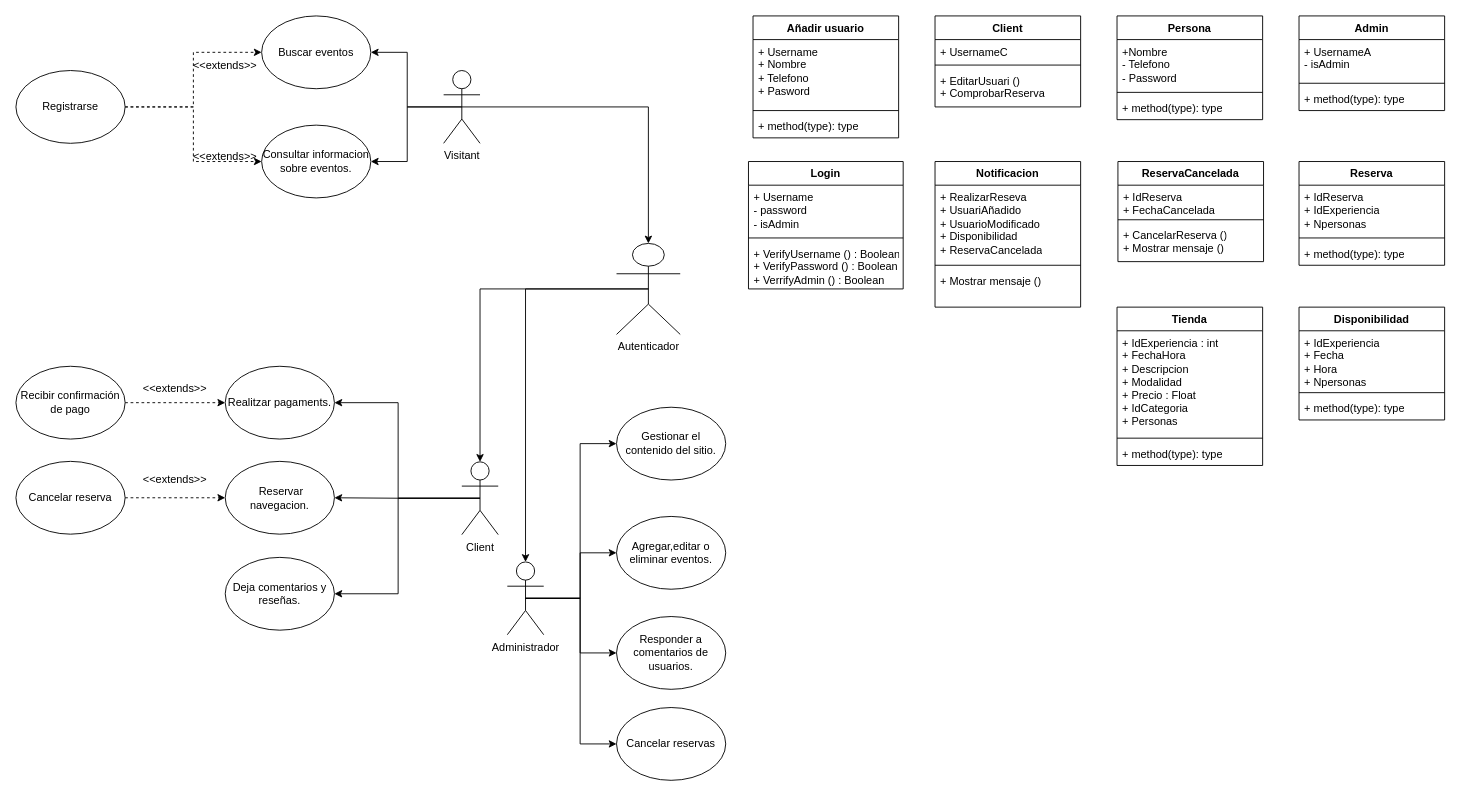
The draw.io diagram Diagramas/UML_XaJo.drawio in joam6/Sailing_XaJo, before the edit. Source tidied: cells renumbered, new cells numbered last; positions are measured from the earlier drawing's top-left corner, leaving out a move shared by most shapes. Both pictures are drawn from the tidied source at 91%, with x=0, y=0 at pixel (15, 15).
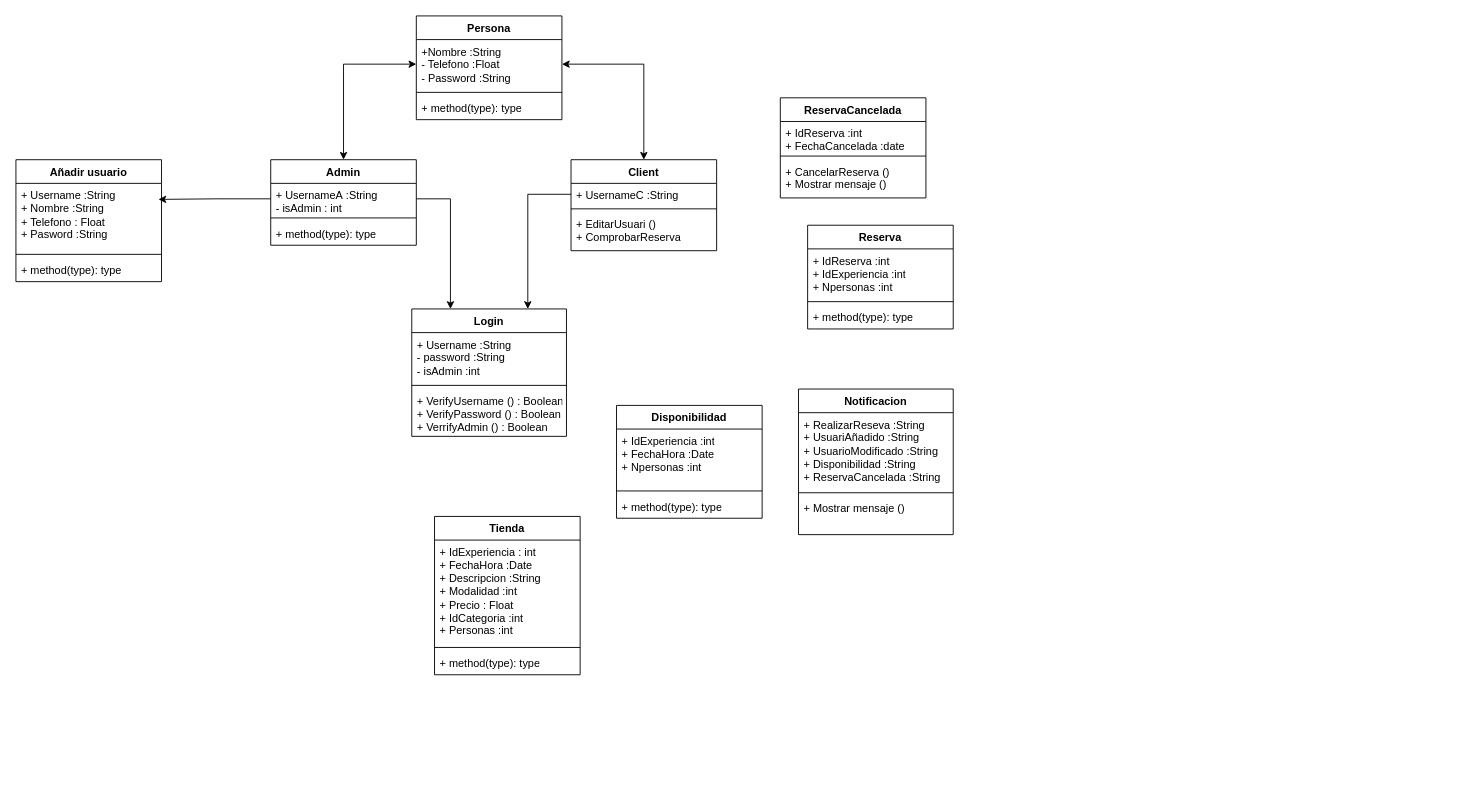
The same page after the edit.

What changed in the source:
```diff
@@
-    <mxCell id="2" style="edgeStyle=orthogonalEdgeStyle;rounded=0;jettySize=auto;html=1;exitX=0.5;exitY=0.5;exitDx=0;exitDy=0;exitPerimeter=0;entryX=0;entryY=0.5;entryDx=0;entryDy=0;" parent="1" edge="1" source="6" target="17">
-      <mxGeometry relative="1" as="geometry" />
-    </mxCell>
-    <mxCell id="3" style="edgeStyle=orthogonalEdgeStyle;rounded=0;jettySize=auto;html=1;exitX=0.5;exitY=0.5;exitDx=0;exitDy=0;exitPerimeter=0;entryX=0;entryY=0.5;entryDx=0;entryDy=0;" parent="1" edge="1" source="6" target="18">
-      <mxGeometry relative="1" as="geometry" />
-    </mxCell>
-    <mxCell id="4" style="edgeStyle=orthogonalEdgeStyle;rounded=0;jettySize=auto;html=1;exitX=0.5;exitY=0.5;exitDx=0;exitDy=0;exitPerimeter=0;entryX=0;entryY=0.5;entryDx=0;entryDy=0;" parent="1" edge="1" source="6" target="19">
-      <mxGeometry relative="1" as="geometry" />
-    </mxCell>
-    <mxCell id="5" style="edgeStyle=orthogonalEdgeStyle;rounded=0;jettySize=auto;html=1;exitX=0.5;exitY=0.5;exitDx=0;exitDy=0;exitPerimeter=0;entryX=0;entryY=0.5;entryDx=0;entryDy=0;" parent="1" edge="1" source="6" target="32">
-      <mxGeometry relative="1" as="geometry" />
-    </mxCell>
-    <mxCell id="6" value="Administrador" style="shape=umlActor;verticalLabelPosition=bottom;verticalAlign=top;html=1;outlineConnect=0;" parent="1" vertex="1">
-      <mxGeometry x="540" y="600" width="40" height="80" as="geometry" />
-    </mxCell>
-    <mxCell id="7" style="edgeStyle=orthogonalEdgeStyle;rounded=0;jettySize=auto;html=1;exitX=0.5;exitY=0.5;exitDx=0;exitDy=0;exitPerimeter=0;entryX=1;entryY=0.5;entryDx=0;entryDy=0;" parent="1" edge="1" source="10" target="16">
-      <mxGeometry relative="1" as="geometry" />
-    </mxCell>
-    <mxCell id="8" style="edgeStyle=orthogonalEdgeStyle;rounded=0;jettySize=auto;html=1;exitX=0.5;exitY=0.5;exitDx=0;exitDy=0;exitPerimeter=0;entryX=1;entryY=0.5;entryDx=0;entryDy=0;" parent="1" edge="1" source="10" target="25">
-      <mxGeometry relative="1" as="geometry" />
-    </mxCell>
-    <mxCell id="9" style="edgeStyle=orthogonalEdgeStyle;rounded=0;jettySize=auto;html=1;exitX=0.5;exitY=0.5;exitDx=0;exitDy=0;exitPerimeter=0;entryX=1;entryY=0.5;entryDx=0;entryDy=0;" parent="1" edge="1" source="10" target="28">
-      <mxGeometry relative="1" as="geometry" />
-    </mxCell>
-    <mxCell id="10" value="Client" style="shape=umlActor;verticalLabelPosition=bottom;verticalAlign=top;html=1;outlineConnect=0;" parent="1" vertex="1">
-      <mxGeometry x="490" y="490" width="40" height="80" as="geometry" />
-    </mxCell>
-    <mxCell id="11" style="edgeStyle=orthogonalEdgeStyle;rounded=0;jettySize=auto;html=1;exitX=0.5;exitY=0.5;exitDx=0;exitDy=0;exitPerimeter=0;entryX=1;entryY=0.5;entryDx=0;entryDy=0;" parent="1" edge="1" source="13" target="15">
-      <mxGeometry relative="1" as="geometry" />
-    </mxCell>
-    <mxCell id="12" style="edgeStyle=orthogonalEdgeStyle;rounded=0;jettySize=auto;html=1;exitX=0.5;exitY=0.5;exitDx=0;exitDy=0;exitPerimeter=0;entryX=1;entryY=0.5;entryDx=0;entryDy=0;" parent="1" edge="1" source="13" target="14">
-      <mxGeometry relative="1" as="geometry" />
-    </mxCell>
-    <mxCell id="13" value="Visitant" style="shape=umlActor;verticalLabelPosition=bottom;verticalAlign=top;html=1;outlineConnect=0;" parent="1" vertex="1">
-      <mxGeometry x="470" y="60" width="40" height="80" as="geometry" />
-    </mxCell>
-    <mxCell id="14" value="Buscar eventos" style="ellipse;whiteSpace=wrap;html=1;" parent="1" vertex="1">
-      <mxGeometry x="270" width="120" height="80" as="geometry" />
-    </mxCell>
-    <mxCell id="15" value="Consultar informacion sobre eventos." style="ellipse;whiteSpace=wrap;html=1;" parent="1" vertex="1">
-      <mxGeometry x="270" y="120" width="120" height="80" as="geometry" />
-    </mxCell>
-    <mxCell id="16" value="Realitzar pagaments." style="ellipse;whiteSpace=wrap;html=1;" parent="1" vertex="1">
-      <mxGeometry x="230" y="385" width="120" height="80" as="geometry" />
-    </mxCell>
-    <mxCell id="17" value="Gestionar el contenido del sitio." style="ellipse;whiteSpace=wrap;html=1;" parent="1" vertex="1">
-      <mxGeometry x="660" y="430" width="120" height="80" as="geometry" />
-    </mxCell>
-    <mxCell id="18" value="Agregar,editar o eliminar eventos." style="ellipse;whiteSpace=wrap;html=1;" parent="1" vertex="1">
-      <mxGeometry x="660" y="550" width="120" height="80" as="geometry" />
-    </mxCell>
-    <mxCell id="19" value="Responder a comentarios de usuarios." style="ellipse;whiteSpace=wrap;html=1;" parent="1" vertex="1">
-      <mxGeometry x="660" y="660" width="120" height="80" as="geometry" />
-    </mxCell>
-    <mxCell id="20" style="edgeStyle=orthogonalEdgeStyle;rounded=0;jettySize=auto;html=1;exitX=1;exitY=0.5;exitDx=0;exitDy=0;entryX=0;entryY=0.5;entryDx=0;entryDy=0;dashed=1;" parent="1" edge="1" source="22" target="14">
-      <mxGeometry relative="1" as="geometry" />
-    </mxCell>
-    <mxCell id="21" style="edgeStyle=orthogonalEdgeStyle;rounded=0;jettySize=auto;html=1;exitX=1;exitY=0.5;exitDx=0;exitDy=0;dashed=1;" parent="1" edge="1" source="22" target="15">
-      <mxGeometry relative="1" as="geometry" />
-    </mxCell>
-    <mxCell id="22" value="Registrarse" style="ellipse;whiteSpace=wrap;html=1;" parent="1" vertex="1">
-      <mxGeometry y="60" width="120" height="80" as="geometry" />
-    </mxCell>
-    <mxCell id="23" style="edgeStyle=orthogonalEdgeStyle;rounded=0;jettySize=auto;html=1;dashed=1;" parent="1" edge="1" source="24" target="16">
-      <mxGeometry relative="1" as="geometry" />
-    </mxCell>
-    <mxCell id="24" value="Recibir confirmación de pago" style="ellipse;whiteSpace=wrap;html=1;" parent="1" vertex="1">
-      <mxGeometry y="385" width="120" height="80" as="geometry" />
-    </mxCell>
-    <mxCell id="25" value="Deja comentarios y reseñas." style="ellipse;whiteSpace=wrap;html=1;" parent="1" vertex="1">
-      <mxGeometry x="230" y="595" width="120" height="80" as="geometry" />
-    </mxCell>
-    <mxCell id="26" value="&amp;lt;&amp;lt;extends&amp;gt;&amp;gt;" style="text;html=1;align=center;verticalAlign=middle;whiteSpace=wrap;rounded=0;" parent="1" vertex="1">
-      <mxGeometry x="200" y="40" width="60" height="30" as="geometry" />
-    </mxCell>
-    <mxCell id="27" value="&amp;lt;&amp;lt;extends&amp;gt;&amp;gt;" style="text;html=1;align=center;verticalAlign=middle;whiteSpace=wrap;rounded=0;" parent="1" vertex="1">
-      <mxGeometry x="145" y="395" width="60" height="30" as="geometry" />
-    </mxCell>
-    <mxCell id="28" value="&amp;nbsp;Reservar navegacion." style="ellipse;whiteSpace=wrap;html=1;" parent="1" vertex="1">
-      <mxGeometry x="230" y="489.5" width="120" height="80" as="geometry" />
-    </mxCell>
-    <mxCell id="29" style="edgeStyle=orthogonalEdgeStyle;rounded=0;jettySize=auto;html=1;exitX=1;exitY=0.5;exitDx=0;exitDy=0;entryX=0;entryY=0.5;entryDx=0;entryDy=0;dashed=1;" parent="1" edge="1" source="30" target="28">
-      <mxGeometry relative="1" as="geometry" />
-    </mxCell>
-    <mxCell id="30" value="Cancelar reserva" style="ellipse;whiteSpace=wrap;html=1;" parent="1" vertex="1">
-      <mxGeometry y="489.5" width="120" height="80" as="geometry" />
-    </mxCell>
-    <mxCell id="31" value="&amp;lt;&amp;lt;extends&amp;gt;&amp;gt;" style="text;html=1;align=center;verticalAlign=middle;whiteSpace=wrap;rounded=0;" parent="1" vertex="1">
-      <mxGeometry x="145" y="495" width="60" height="30" as="geometry" />
-    </mxCell>
-    <mxCell id="32" value="Cancelar reservas" style="ellipse;whiteSpace=wrap;html=1;" parent="1" vertex="1">
-      <mxGeometry x="660" y="760" width="120" height="80" as="geometry" />
-    </mxCell>
-    <mxCell id="33" value="&amp;lt;&amp;lt;extends&amp;gt;&amp;gt;" style="text;html=1;align=center;verticalAlign=middle;whiteSpace=wrap;rounded=0;" parent="1" vertex="1">
-      <mxGeometry x="200" y="140" width="60" height="30" as="geometry" />
-    </mxCell>
-    <mxCell id="34" value="Autenticador" style="shape=umlActor;verticalLabelPosition=bottom;verticalAlign=top;html=1;outlineConnect=0;" parent="1" vertex="1">
-      <mxGeometry x="660" y="250" width="70" height="100" as="geometry" />
-    </mxCell>
-    <mxCell id="35" style="edgeStyle=orthogonalEdgeStyle;rounded=0;jettySize=auto;html=1;entryX=0.5;entryY=0;entryDx=0;entryDy=0;entryPerimeter=0;exitX=0.5;exitY=0.5;exitDx=0;exitDy=0;exitPerimeter=0;" parent="1" edge="1" source="13" target="34">
-      <mxGeometry relative="1" as="geometry" />
-    </mxCell>
-    <mxCell id="36" style="edgeStyle=orthogonalEdgeStyle;rounded=0;jettySize=auto;html=1;exitX=0.5;exitY=0.5;exitDx=0;exitDy=0;exitPerimeter=0;entryX=0.5;entryY=0;entryDx=0;entryDy=0;entryPerimeter=0;" parent="1" edge="1" source="34" target="6">
-      <mxGeometry relative="1" as="geometry" />
-    </mxCell>
-    <mxCell id="37" style="edgeStyle=orthogonalEdgeStyle;rounded=0;jettySize=auto;html=1;exitX=0.5;exitY=0.5;exitDx=0;exitDy=0;exitPerimeter=0;entryX=0.5;entryY=0;entryDx=0;entryDy=0;entryPerimeter=0;" parent="1" edge="1" source="34" target="10">
-      <mxGeometry relative="1" as="geometry" />
-    </mxCell>
     <mxCell id="38" value="Login" style="swimlane;fontStyle=1;align=center;verticalAlign=top;horizontal=1;startSize=26;whiteSpace=wrap;html=1;" parent="1" vertex="1">
-      <mxGeometry x="805" y="160" width="170" height="140" as="geometry" />
+      <mxGeometry x="435" y="322" width="170" height="140" as="geometry" />
     </mxCell>
-    <mxCell id="39" value="+ Username&lt;br&gt;- password&lt;div&gt;- isAdmin&lt;/div&gt;" style="text;strokeColor=none;fillColor=none;align=left;verticalAlign=top;spacingLeft=4;spacingRight=4;overflow=hidden;whiteSpace=wrap;html=1;" parent="38" vertex="1">
+    <mxCell id="39" value="+ Username :String&lt;br&gt;- password :String&lt;div&gt;- isAdmin :int&lt;/div&gt;" style="text;strokeColor=none;fillColor=none;align=left;verticalAlign=top;spacingLeft=4;spacingRight=4;overflow=hidden;whiteSpace=wrap;html=1;" parent="38" vertex="1">
       <mxGeometry y="26" width="170" height="54" as="geometry" />
     </mxCell>
@@
     <mxCell id="42" value="Persona" style="swimlane;fontStyle=1;align=center;verticalAlign=top;horizontal=1;startSize=26;whiteSpace=wrap;html=1;" parent="1" vertex="1">
-      <mxGeometry x="1210" width="160" height="114" as="geometry" />
+      <mxGeometry x="440" width="160" height="114" as="geometry" />
     </mxCell>
-    <mxCell id="43" value="+Nombre&lt;br&gt;- Telefono&lt;br&gt;- Password" style="text;strokeColor=none;fillColor=none;align=left;verticalAlign=top;spacingLeft=4;spacingRight=4;overflow=hidden;points=[[0,0.5],[1,0.5]];portConstraint=eastwest;whiteSpace=wrap;html=1;" parent="42" vertex="1">
+    <mxCell id="43" value="+Nombre :String&lt;br&gt;- Telefono :Float&lt;br&gt;- Password :String" style="text;strokeColor=none;fillColor=none;align=left;verticalAlign=top;spacingLeft=4;spacingRight=4;overflow=hidden;points=[[0,0.5],[1,0.5]];portConstraint=eastwest;whiteSpace=wrap;html=1;" parent="42" vertex="1">
       <mxGeometry y="26" width="160" height="54" as="geometry" />
     </mxCell>
@@
+    <mxCell id="78" style="edgeStyle=orthogonalEdgeStyle;rounded=0;jettySize=auto;html=1;exitX=0.5;exitY=0;exitDx=0;exitDy=0;entryX=0;entryY=0.5;entryDx=0;entryDy=0;startArrow=classic;startFill=1;" parent="1" edge="1" source="46" target="43">
+      <mxGeometry relative="1" as="geometry" />
+    </mxCell>
     <mxCell id="46" value="Admin" style="swimlane;fontStyle=1;align=center;verticalAlign=top;horizontal=1;startSize=26;whiteSpace=wrap;html=1;" parent="1" vertex="1">
-      <mxGeometry x="1410" width="160" height="104" as="geometry" />
+      <mxGeometry x="280" y="158" width="160" height="94" as="geometry" />
     </mxCell>
-    <mxCell id="47" value="&lt;div&gt;+ UsernameA&lt;/div&gt;- isAdmin&lt;div&gt;&lt;br&gt;&lt;/div&gt;" style="text;strokeColor=none;fillColor=none;align=left;verticalAlign=top;spacingLeft=4;spacingRight=4;overflow=hidden;points=[[0,0.5],[1,0.5]];portConstraint=eastwest;whiteSpace=wrap;html=1;" parent="46" vertex="1">
-      <mxGeometry y="26" width="160" height="44" as="geometry" />
+    <mxCell id="47" value="&lt;div&gt;+ UsernameA&amp;nbsp;&lt;span style=&quot;background-color: initial;&quot;&gt;:String&lt;/span&gt;&lt;/div&gt;- isAdmin : int" style="text;strokeColor=none;fillColor=none;align=left;verticalAlign=top;spacingLeft=4;spacingRight=4;overflow=hidden;points=[[0,0.5],[1,0.5]];portConstraint=eastwest;whiteSpace=wrap;html=1;" parent="46" vertex="1">
+      <mxGeometry y="26" width="160" height="34" as="geometry" />
     </mxCell>
     <mxCell id="48" style="line;strokeWidth=1;fillColor=none;align=left;verticalAlign=middle;spacingTop=-1;spacingLeft=3;spacingRight=3;labelPosition=right;strokeColor=inherit;" parent="46" vertex="1">
-      <mxGeometry y="70" width="160" height="8" as="geometry" />
+      <mxGeometry y="60" width="160" height="8" as="geometry" />
     </mxCell>
     <mxCell id="49" value="+ method(type): type" style="text;strokeColor=none;fillColor=none;align=left;verticalAlign=top;spacingLeft=4;spacingRight=4;overflow=hidden;whiteSpace=wrap;html=1;" parent="46" vertex="1">
-      <mxGeometry y="78" width="160" height="26" as="geometry" />
+      <mxGeometry y="68" width="160" height="26" as="geometry" />
     </mxCell>
+    <mxCell id="79" style="edgeStyle=orthogonalEdgeStyle;rounded=0;jettySize=auto;html=1;exitX=0.5;exitY=0;exitDx=0;exitDy=0;entryX=1;entryY=0.5;entryDx=0;entryDy=0;startArrow=classic;startFill=1;" parent="1" edge="1" source="50" target="43">
+      <mxGeometry relative="1" as="geometry" />
+    </mxCell>
     <mxCell id="50" value="Client" style="swimlane;fontStyle=1;align=center;verticalAlign=top;horizontal=1;startSize=26;whiteSpace=wrap;html=1;" parent="1" vertex="1">
-      <mxGeometry x="1010" width="160" height="100" as="geometry" />
+      <mxGeometry x="610" y="158" width="160" height="100" as="geometry" />
     </mxCell>
-    <mxCell id="51" value="&lt;div&gt;+ UsernameC&lt;/div&gt;" style="text;strokeColor=none;fillColor=none;align=left;verticalAlign=top;spacingLeft=4;spacingRight=4;overflow=hidden;points=[[0,0.5],[1,0.5]];portConstraint=eastwest;whiteSpace=wrap;html=1;" parent="50" vertex="1">
+    <mxCell id="51" value="&lt;div&gt;+ UsernameC&amp;nbsp;&lt;span style=&quot;background-color: initial;&quot;&gt;:String&lt;/span&gt;&lt;/div&gt;" style="text;strokeColor=none;fillColor=none;align=left;verticalAlign=top;spacingLeft=4;spacingRight=4;overflow=hidden;points=[[0,0.5],[1,0.5]];portConstraint=eastwest;whiteSpace=wrap;html=1;" parent="50" vertex="1">
       <mxGeometry y="26" width="160" height="24" as="geometry" />
     </mxCell>
@@
     <mxCell id="54" value="Reserva" style="swimlane;fontStyle=1;align=center;verticalAlign=top;horizontal=1;startSize=26;whiteSpace=wrap;html=1;" parent="1" vertex="1">
-      <mxGeometry x="1410" y="160" width="160" height="114" as="geometry" />
+      <mxGeometry x="870" y="230" width="160" height="114" as="geometry" />
     </mxCell>
-    <mxCell id="55" value="+ IdReserva&lt;br&gt;+ IdExperiencia&lt;br&gt;+ Npersonas&lt;div&gt;&lt;br&gt;&lt;/div&gt;" style="text;strokeColor=none;fillColor=none;align=left;verticalAlign=top;spacingLeft=4;spacingRight=4;overflow=hidden;whiteSpace=wrap;html=1;" parent="54" vertex="1">
+    <mxCell id="55" value="+ IdReserva :int&lt;br&gt;+ IdExperiencia :int&lt;br&gt;+ Npersonas :int" style="text;strokeColor=none;fillColor=none;align=left;verticalAlign=top;spacingLeft=4;spacingRight=4;overflow=hidden;whiteSpace=wrap;html=1;" parent="54" vertex="1">
       <mxGeometry y="26" width="160" height="54" as="geometry" />
     </mxCell>
@@
     <mxCell id="58" value="Notificacion" style="swimlane;fontStyle=1;align=center;verticalAlign=top;horizontal=1;startSize=26;whiteSpace=wrap;html=1;" parent="1" vertex="1">
-      <mxGeometry x="1010" y="160" width="160" height="160" as="geometry" />
+      <mxGeometry x="860" y="410" width="170" height="160" as="geometry" />
     </mxCell>
-    <mxCell id="59" value="+ RealizarReseva&lt;br&gt;+ UsuariAñadido&lt;br&gt;+ UsuarioModificado&lt;br&gt;+ Disponibilidad&lt;br&gt;+ ReservaCancelada" style="text;strokeColor=none;fillColor=none;align=left;verticalAlign=top;spacingLeft=4;spacingRight=4;overflow=hidden;whiteSpace=wrap;html=1;" parent="58" vertex="1">
-      <mxGeometry y="26" width="160" height="84" as="geometry" />
+    <mxCell id="59" value="+ RealizarReseva :String&lt;br&gt;+ UsuariAñadido :String&lt;br&gt;+ UsuarioModificado :String&lt;br&gt;+ Disponibilidad :String&lt;br&gt;+ ReservaCancelada :String" style="text;strokeColor=none;fillColor=none;align=left;verticalAlign=top;spacingLeft=4;spacingRight=4;overflow=hidden;whiteSpace=wrap;html=1;" parent="58" vertex="1">
+      <mxGeometry y="26" width="170" height="84" as="geometry" />
     </mxCell>
     <mxCell id="60" style="line;strokeWidth=1;fillColor=none;align=left;verticalAlign=middle;spacingTop=-1;spacingLeft=3;spacingRight=3;labelPosition=right;strokeColor=inherit;" parent="58" vertex="1">
-      <mxGeometry y="110" width="160" height="8" as="geometry" />
+      <mxGeometry y="110" width="170" height="8" as="geometry" />
     </mxCell>
     <mxCell id="61" value="+ Mostrar mensaje ()" style="text;strokeColor=none;fillColor=none;align=left;verticalAlign=top;spacingLeft=4;spacingRight=4;overflow=hidden;whiteSpace=wrap;html=1;" parent="58" vertex="1">
-      <mxGeometry y="118" width="160" height="42" as="geometry" />
+      <mxGeometry y="118" width="170" height="42" as="geometry" />
     </mxCell>
     <mxCell id="62" value="Añadir usuario" style="swimlane;fontStyle=1;align=center;verticalAlign=top;horizontal=1;startSize=26;whiteSpace=wrap;html=1;" parent="1" vertex="1">
-      <mxGeometry x="810" width="160" height="134" as="geometry" />
+      <mxGeometry y="158" width="160" height="134" as="geometry" />
     </mxCell>
-    <mxCell id="63" value="+ Username&lt;br&gt;+ Nombre&lt;br&gt;+ Telefono&lt;br&gt;+ Pasword" style="text;strokeColor=none;fillColor=none;align=left;verticalAlign=top;spacingLeft=4;spacingRight=4;overflow=hidden;points=[[0,0.5],[1,0.5]];portConstraint=eastwest;whiteSpace=wrap;html=1;" parent="62" vertex="1">
+    <mxCell id="63" value="+ Username :String&lt;br&gt;+ Nombre :String&lt;br&gt;+ Telefono : Float&lt;br&gt;+ Pasword :String" style="text;strokeColor=none;fillColor=none;align=left;verticalAlign=top;spacingLeft=4;spacingRight=4;overflow=hidden;points=[[0,0.5],[1,0.5]];portConstraint=eastwest;whiteSpace=wrap;html=1;" parent="62" vertex="1">
       <mxGeometry y="26" width="160" height="74" as="geometry" />
     </mxCell>
@@
     <mxCell id="66" value="ReservaCancelada" style="swimlane;fontStyle=1;align=center;verticalAlign=top;horizontal=1;startSize=26;whiteSpace=wrap;html=1;" parent="1" vertex="1">
-      <mxGeometry x="1211" y="160" width="160" height="110" as="geometry" />
+      <mxGeometry x="840" y="90" width="160" height="110" as="geometry" />
     </mxCell>
-    <mxCell id="67" value="+ IdReserva&lt;br&gt;+ FechaCancelada" style="text;strokeColor=none;fillColor=none;align=left;verticalAlign=top;spacingLeft=4;spacingRight=4;overflow=hidden;whiteSpace=wrap;html=1;" parent="66" vertex="1">
+    <mxCell id="67" value="+ IdReserva :int&lt;br&gt;+ FechaCancelada :date" style="text;strokeColor=none;fillColor=none;align=left;verticalAlign=top;spacingLeft=4;spacingRight=4;overflow=hidden;whiteSpace=wrap;html=1;" parent="66" vertex="1">
       <mxGeometry y="26" width="160" height="34" as="geometry" />
     </mxCell>
@@
     <mxCell id="70" value="Disponibilidad" style="swimlane;fontStyle=1;align=center;verticalAlign=top;horizontal=1;startSize=26;whiteSpace=wrap;html=1;" parent="1" vertex="1">
-      <mxGeometry x="1410" y="320" width="160" height="124" as="geometry" />
+      <mxGeometry x="660" y="428" width="160" height="124" as="geometry" />
     </mxCell>
-    <mxCell id="71" value="+ IdExperiencia&lt;br&gt;+ Fecha&lt;div&gt;+ Hora&lt;br&gt;+ Npersonas&lt;/div&gt;" style="text;strokeColor=none;fillColor=none;align=left;verticalAlign=top;spacingLeft=4;spacingRight=4;overflow=hidden;whiteSpace=wrap;html=1;" parent="70" vertex="1">
+    <mxCell id="71" value="+ IdExperiencia :int&lt;br&gt;+ Fecha&lt;span style=&quot;background-color: initial;&quot;&gt;Hora :Date&lt;/span&gt;&lt;div&gt;+ Npersonas :int&lt;/div&gt;" style="text;strokeColor=none;fillColor=none;align=left;verticalAlign=top;spacingLeft=4;spacingRight=4;overflow=hidden;whiteSpace=wrap;html=1;" parent="70" vertex="1">
       <mxGeometry y="26" width="160" height="64" as="geometry" />
     </mxCell>
@@
     <mxCell id="74" value="Tienda" style="swimlane;fontStyle=1;align=center;verticalAlign=top;horizontal=1;startSize=26;whiteSpace=wrap;html=1;" parent="1" vertex="1">
-      <mxGeometry x="1210" y="320" width="160" height="174" as="geometry" />
+      <mxGeometry x="460" y="550" width="160" height="174" as="geometry" />
     </mxCell>
-    <mxCell id="75" value="+ IdExperiencia : int&lt;br&gt;+ FechaHora&lt;br&gt;+ Descripcion&lt;br&gt;+ Modalidad&lt;br&gt;+ Precio : Float&lt;br&gt;+ IdCategoria&lt;br&gt;+ Personas" style="text;strokeColor=none;fillColor=none;align=left;verticalAlign=top;spacingLeft=4;spacingRight=4;overflow=hidden;whiteSpace=wrap;html=1;" parent="74" vertex="1">
+    <mxCell id="75" value="+ IdExperiencia : int&lt;br&gt;+ FechaHora :Date&lt;br&gt;+ Descripcion :String&lt;br&gt;+ Modalidad :int&lt;br&gt;+ Precio : Float&lt;br&gt;+ IdCategoria :int&lt;br&gt;+ Personas :int" style="text;strokeColor=none;fillColor=none;align=left;verticalAlign=top;spacingLeft=4;spacingRight=4;overflow=hidden;whiteSpace=wrap;html=1;" parent="74" vertex="1">
       <mxGeometry y="26" width="160" height="114" as="geometry" />
     </mxCell>
@@
+    <mxCell id="80" style="edgeStyle=orthogonalEdgeStyle;rounded=0;jettySize=auto;html=1;exitX=1;exitY=0.5;exitDx=0;exitDy=0;entryX=0.25;entryY=0;entryDx=0;entryDy=0;" parent="1" edge="1" source="47" target="38">
+      <mxGeometry relative="1" as="geometry" />
+    </mxCell>
+    <mxCell id="81" style="edgeStyle=orthogonalEdgeStyle;rounded=0;jettySize=auto;html=1;exitX=0;exitY=0.5;exitDx=0;exitDy=0;entryX=0.75;entryY=0;entryDx=0;entryDy=0;" parent="1" edge="1" source="51" target="38">
+      <mxGeometry relative="1" as="geometry" />
+    </mxCell>
+    <mxCell id="82" style="edgeStyle=orthogonalEdgeStyle;rounded=0;jettySize=auto;html=1;exitX=0;exitY=0.5;exitDx=0;exitDy=0;entryX=0.979;entryY=0.238;entryDx=0;entryDy=0;entryPerimeter=0;" parent="1" edge="1" source="47" target="63">
+      <mxGeometry relative="1" as="geometry" />
+    </mxCell>
```
